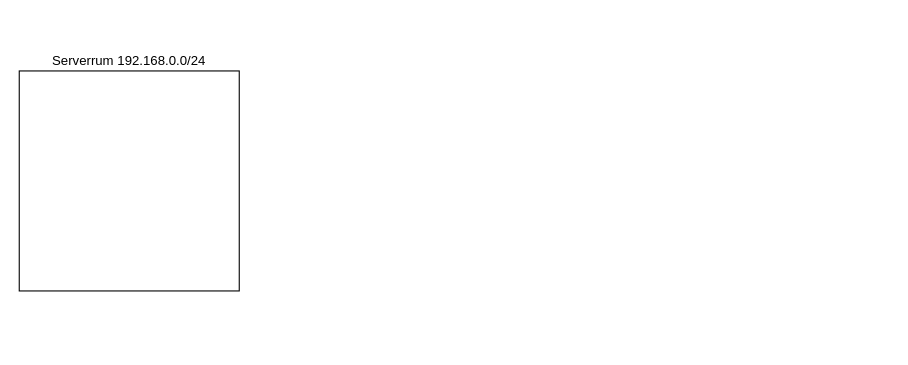
Before: Networktopology.drawio in Hawteyh/Hawteyh, a draw.io diagram. Source tidied: cells renumbered, new cells numbered last; positions are measured from the earlier drawing's top-left corner, leaving out a move shared by most shapes. Both pictures are drawn from the tidied source at 110%, with x=0, y=0 at pixel (19, 70).
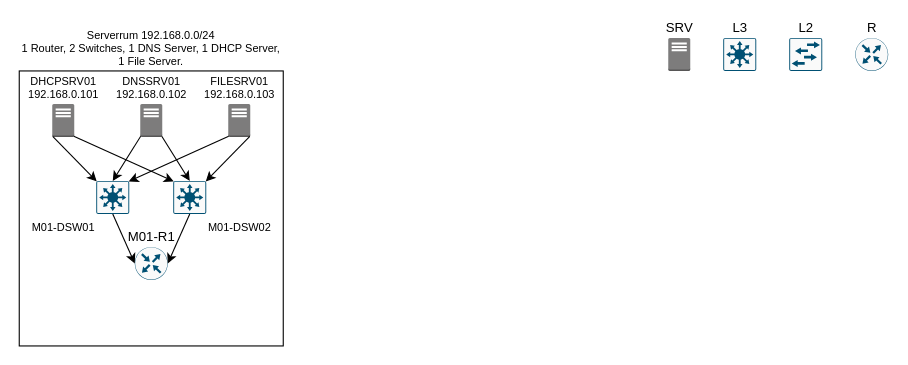
The same page after the edit.

Diff of the diagram source:
```diff
@@
-    <mxCell id="2" value="Serverrum&amp;nbsp;192.168.0.0/24" style="rounded=0;whiteSpace=wrap;html=1;labelPosition=center;verticalLabelPosition=top;align=center;verticalAlign=bottom;" parent="1" vertex="1">
-      <mxGeometry width="200" height="200" as="geometry" />
+    <mxCell id="2" value="Serverrum&amp;nbsp;192.168.0.0/24 &lt;br&gt;1&amp;nbsp;&lt;span style=&quot;background-color: transparent; color: light-dark(rgb(0, 0, 0), rgb(255, 255, 255));&quot;&gt;Router, 2 Switches, 1 DNS Server, 1 DHCP Server, 1 File Server.&lt;/span&gt;" style="rounded=0;whiteSpace=wrap;html=1;labelPosition=center;verticalLabelPosition=top;align=center;verticalAlign=bottom;fontSize=10;glass=0;shadow=0;fillOpacity=30;strokeOpacity=100;" parent="1" vertex="1">
+      <mxGeometry width="240" height="250" as="geometry" />
     </mxCell>
+    <mxCell id="3" value="R" style="sketch=0;verticalLabelPosition=top;html=1;verticalAlign=bottom;align=center;shape=mxgraph.cisco19.rect;prIcon=router;fillColor=#FAFAFA;strokeColor=#005073;labelPosition=center;" parent="1" vertex="1">
+      <mxGeometry x="760" y="-30" width="30" height="30" as="geometry" />
+    </mxCell>
+    <mxCell id="4" value="L2" style="sketch=0;verticalLabelPosition=top;html=1;verticalAlign=bottom;align=center;shape=mxgraph.cisco19.rect;prIcon=l2_switch;fillColor=#FAFAFA;strokeColor=#005073;labelPosition=center;" parent="1" vertex="1">
+      <mxGeometry x="700" y="-30" width="30" height="30" as="geometry" />
+    </mxCell>
+    <mxCell id="5" value="L3" style="sketch=0;verticalLabelPosition=top;html=1;verticalAlign=bottom;align=center;shape=mxgraph.cisco19.rect;prIcon=l3_switch;fillColor=#FAFAFA;strokeColor=#005073;labelPosition=center;" parent="1" vertex="1">
+      <mxGeometry x="640" y="-30" width="30" height="30" as="geometry" />
+    </mxCell>
+    <mxCell id="6" value="SRV" style="dashed=0;verticalLabelPosition=top;verticalAlign=bottom;align=center;html=1;shape=mxgraph.aws3.traditional_server;fillColor=#7D7C7C;gradientColor=none;labelPosition=center;" parent="1" vertex="1">
+      <mxGeometry x="590" y="-30" width="20" height="30" as="geometry" />
+    </mxCell>
+    <mxCell id="7" value="DHCPSRV01&lt;div&gt;192.168.0.101&lt;/div&gt;" style="outlineConnect=0;dashed=0;verticalLabelPosition=top;verticalAlign=bottom;align=center;html=1;shape=mxgraph.aws3.traditional_server;fillColor=#7D7C7C;gradientColor=none;labelPosition=center;fontSize=10;" parent="1" vertex="1">
+      <mxGeometry x="30" y="30" width="20" height="30" as="geometry" />
+    </mxCell>
+    <mxCell id="8" value="DNSSRV01&lt;div&gt;192.168.0.102&lt;/div&gt;" style="outlineConnect=0;dashed=0;verticalLabelPosition=top;verticalAlign=bottom;align=center;html=1;shape=mxgraph.aws3.traditional_server;fillColor=#7D7C7C;gradientColor=none;labelPosition=center;fontSize=10;" parent="1" vertex="1">
+      <mxGeometry x="110" y="30" width="20" height="30" as="geometry" />
+    </mxCell>
+    <mxCell id="9" value="FILESRV01&lt;div&gt;192.168.0.103&lt;/div&gt;" style="outlineConnect=0;dashed=0;verticalLabelPosition=top;verticalAlign=bottom;align=center;html=1;shape=mxgraph.aws3.traditional_server;fillColor=#7D7C7C;gradientColor=none;labelPosition=center;fontSize=10;" parent="1" vertex="1">
+      <mxGeometry x="190" y="30" width="20" height="30" as="geometry" />
+    </mxCell>
+    <mxCell id="10" value="M01-DSW01" style="sketch=0;points=[[0.015,0.015,0],[0.985,0.015,0],[0.985,0.985,0],[0.015,0.985,0],[0.25,0,0],[0.5,0,0],[0.75,0,0],[1,0.25,0],[1,0.5,0],[1,0.75,0],[0.75,1,0],[0.5,1,0],[0.25,1,0],[0,0.75,0],[0,0.5,0],[0,0.25,0]];verticalLabelPosition=bottom;html=1;verticalAlign=top;align=right;shape=mxgraph.cisco19.rect;prIcon=l3_switch;fillColor=#FAFAFA;strokeColor=#005073;labelPosition=left;fontSize=10;" parent="1" vertex="1">
+      <mxGeometry x="70" y="100" width="30" height="30" as="geometry" />
+    </mxCell>
+    <mxCell id="11" value="M01-DSW02&lt;div&gt;&lt;br&gt;&lt;/div&gt;" style="sketch=0;points=[[0.015,0.015,0],[0.985,0.015,0],[0.985,0.985,0],[0.015,0.985,0],[0.25,0,0],[0.5,0,0],[0.75,0,0],[1,0.25,0],[1,0.5,0],[1,0.75,0],[0.75,1,0],[0.5,1,0],[0.25,1,0],[0,0.75,0],[0,0.5,0],[0,0.25,0]];verticalLabelPosition=bottom;html=1;verticalAlign=top;align=left;shape=mxgraph.cisco19.rect;prIcon=l3_switch;fillColor=#FAFAFA;strokeColor=#005073;labelPosition=right;fontSize=10;" parent="1" vertex="1">
+      <mxGeometry x="140" y="100" width="30" height="30" as="geometry" />
+    </mxCell>
+    <mxCell id="12" style="edgeStyle=none;rounded=0;jettySize=auto;html=1;entryX=0.015;entryY=0.015;entryDx=0;entryDy=0;entryPerimeter=0;exitX=0.02;exitY=0.98;exitDx=0;exitDy=0;exitPerimeter=0;" parent="1" edge="1" source="7" target="10">
+      <mxGeometry relative="1" as="geometry" />
+    </mxCell>
+    <mxCell id="13" style="edgeStyle=none;rounded=0;jettySize=auto;html=1;exitX=0.98;exitY=0.98;exitDx=0;exitDy=0;exitPerimeter=0;entryX=0.015;entryY=0.015;entryDx=0;entryDy=0;entryPerimeter=0;" parent="1" edge="1" source="7" target="11">
+      <mxGeometry relative="1" as="geometry" />
+    </mxCell>
+    <mxCell id="14" style="edgeStyle=none;rounded=0;jettySize=auto;html=1;exitX=0.02;exitY=0.98;exitDx=0;exitDy=0;exitPerimeter=0;entryX=0.5;entryY=0;entryDx=0;entryDy=0;entryPerimeter=0;" parent="1" edge="1" source="8" target="10">
+      <mxGeometry relative="1" as="geometry" />
+    </mxCell>
+    <mxCell id="15" style="edgeStyle=none;rounded=0;jettySize=auto;html=1;exitX=0.98;exitY=0.98;exitDx=0;exitDy=0;exitPerimeter=0;entryX=0.5;entryY=0;entryDx=0;entryDy=0;entryPerimeter=0;" parent="1" edge="1" source="8" target="11">
+      <mxGeometry relative="1" as="geometry" />
+    </mxCell>
+    <mxCell id="16" style="edgeStyle=none;rounded=0;jettySize=auto;html=1;exitX=0.98;exitY=0.98;exitDx=0;exitDy=0;exitPerimeter=0;entryX=0.985;entryY=0.015;entryDx=0;entryDy=0;entryPerimeter=0;" parent="1" edge="1" source="9" target="11">
+      <mxGeometry relative="1" as="geometry" />
+    </mxCell>
+    <mxCell id="17" style="edgeStyle=none;rounded=0;jettySize=auto;html=1;exitX=0.02;exitY=0.98;exitDx=0;exitDy=0;exitPerimeter=0;entryX=0.985;entryY=0.015;entryDx=0;entryDy=0;entryPerimeter=0;" parent="1" edge="1" source="9" target="10">
+      <mxGeometry relative="1" as="geometry" />
+    </mxCell>
+    <mxCell id="18" value="M01-R1" style="sketch=0;points=[[0.5,0,0],[1,0.5,0],[0.5,1,0],[0,0.5,0],[0.145,0.145,0],[0.8555,0.145,0],[0.855,0.8555,0],[0.145,0.855,0]];verticalLabelPosition=top;html=1;verticalAlign=bottom;align=center;shape=mxgraph.cisco19.rect;prIcon=router;fillColor=#FAFAFA;strokeColor=#005073;labelPosition=center;" parent="1" vertex="1">
+      <mxGeometry x="105" y="160" width="30" height="30" as="geometry" />
+    </mxCell>
+    <mxCell id="19" style="edgeStyle=none;rounded=0;jettySize=auto;html=1;exitX=0.5;exitY=1;exitDx=0;exitDy=0;exitPerimeter=0;entryX=0;entryY=0.5;entryDx=0;entryDy=0;entryPerimeter=0;" parent="1" edge="1" source="10" target="18">
+      <mxGeometry relative="1" as="geometry" />
+    </mxCell>
+    <mxCell id="20" style="edgeStyle=none;rounded=0;jettySize=auto;html=1;exitX=0.5;exitY=1;exitDx=0;exitDy=0;exitPerimeter=0;entryX=1;entryY=0.5;entryDx=0;entryDy=0;entryPerimeter=0;" parent="1" edge="1" source="11" target="18">
+      <mxGeometry relative="1" as="geometry" />
+    </mxCell>
```
